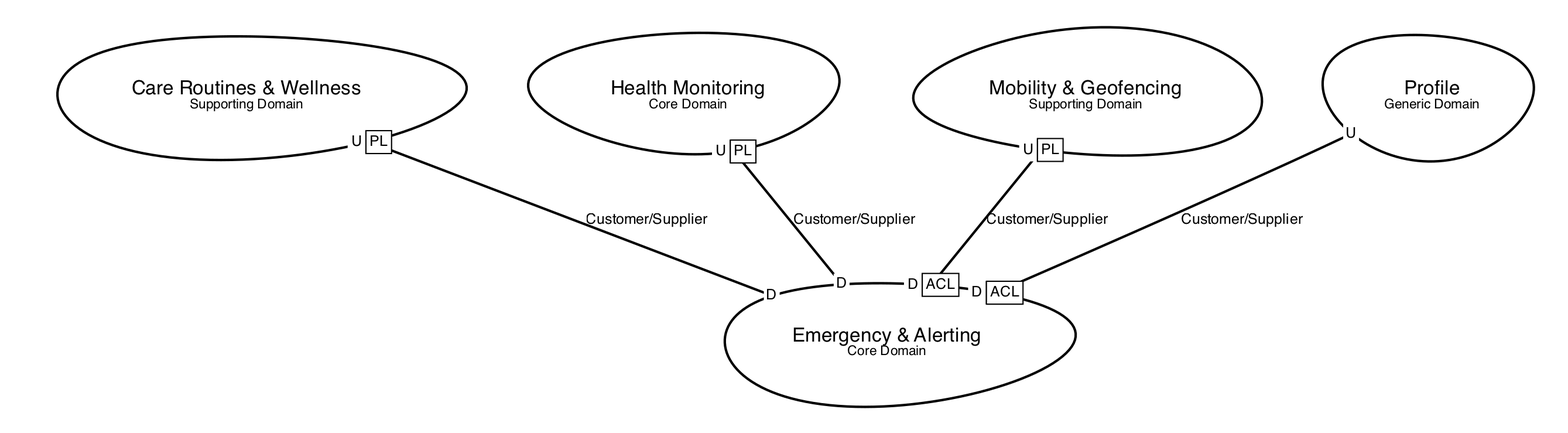
Earlier version of the Graphviz export assets/images/chapterII/context-mapping/alerting-context-map.png (upc-pre-202620-1asi0238-13980-Healthify/guardian-plus-report). Its source is kept beside it as assets/images/chapterII/context-mapping/alerting-context-map.dot. Source of this version:
```dot
digraph "ContextMapGraph" {
graph ["pad"="0.3","nodesep"="0.7","ranksep"="1.1","dpi"="150"]
"CareRoutinesWellness" ["margin"="0.3","orientation"="42","shape"="egg","fontsize"="16","label"=<Care Routines &amp; Wellness<BR/><FONT POINT-SIZE="11">Supporting Domain</FONT>>,"style"="bold","fontname"="sans-serif"]
"EmergencyAlerting" ["margin"="0.3","orientation"="42","shape"="egg","fontsize"="16","label"=<Emergency &amp; Alerting<BR/><FONT POINT-SIZE="11">Core Domain</FONT>>,"style"="bold","fontname"="sans-serif"]
"HealthMonitoring" ["margin"="0.3","orientation"="189","shape"="egg","fontsize"="16","label"=<Health Monitoring<BR/><FONT POINT-SIZE="11">Core Domain</FONT>>,"style"="bold","fontname"="sans-serif"]
"MobilityGeofencing" ["margin"="0.3","orientation"="103","shape"="egg","fontsize"="16","label"=<Mobility &amp; Geofencing<BR/><FONT POINT-SIZE="11">Supporting Domain</FONT>>,"style"="bold","fontname"="sans-serif"]
"Profile" ["margin"="0.3","orientation"="296","shape"="egg","fontsize"="16","label"=<Profile<BR/><FONT POINT-SIZE="11">Generic Domain</FONT>>,"style"="bold","fontname"="sans-serif"]
"CareRoutinesWellness" -> "EmergencyAlerting" ["headlabel"=<<table cellspacing="0" cellborder="0" border="0">
<tr><td bgcolor="white">D</td></tr>
</table>>,"labeldistance"="0","fontsize"="12","taillabel"=<<table cellspacing="0" cellborder="1" border="0">
<tr><td bgcolor="white" sides="r">U</td><td sides="trbl" bgcolor="white"><font>PL</font></td></tr>
</table>>,"style"="bold","label"="Customer/Supplier","dir"="none","fontname"="sans-serif"]
"HealthMonitoring" -> "EmergencyAlerting" ["headlabel"=<<table cellspacing="0" cellborder="0" border="0">
<tr><td bgcolor="white">D</td></tr>
</table>>,"labeldistance"="0","fontsize"="12","taillabel"=<<table cellspacing="0" cellborder="1" border="0">
<tr><td bgcolor="white" sides="r">U</td><td sides="trbl" bgcolor="white"><font>PL</font></td></tr>
</table>>,"style"="bold","label"="Customer/Supplier","dir"="none","fontname"="sans-serif"]
"MobilityGeofencing" -> "EmergencyAlerting" ["headlabel"=<<table cellspacing="0" cellborder="1" border="0">
<tr><td bgcolor="white" sides="r">D</td><td sides="trbl" bgcolor="white"><font>ACL</font></td></tr>
</table>>,"labeldistance"="0","fontsize"="12","taillabel"=<<table cellspacing="0" cellborder="1" border="0">
<tr><td bgcolor="white" sides="r">U</td><td sides="trbl" bgcolor="white"><font>PL</font></td></tr>
</table>>,"style"="bold","label"="Customer/Supplier","dir"="none","fontname"="sans-serif"]
"Profile" -> "EmergencyAlerting" ["headlabel"=<<table cellspacing="0" cellborder="1" border="0">
<tr><td bgcolor="white" sides="r">D</td><td sides="trbl" bgcolor="white"><font>ACL</font></td></tr>
</table>>,"labeldistance"="0","fontsize"="12","taillabel"=<<table cellspacing="0" cellborder="0" border="0">
<tr><td bgcolor="white">U</td></tr>
</table>>,"style"="bold","label"="Customer/Supplier","dir"="none","fontname"="sans-serif"]
}
```
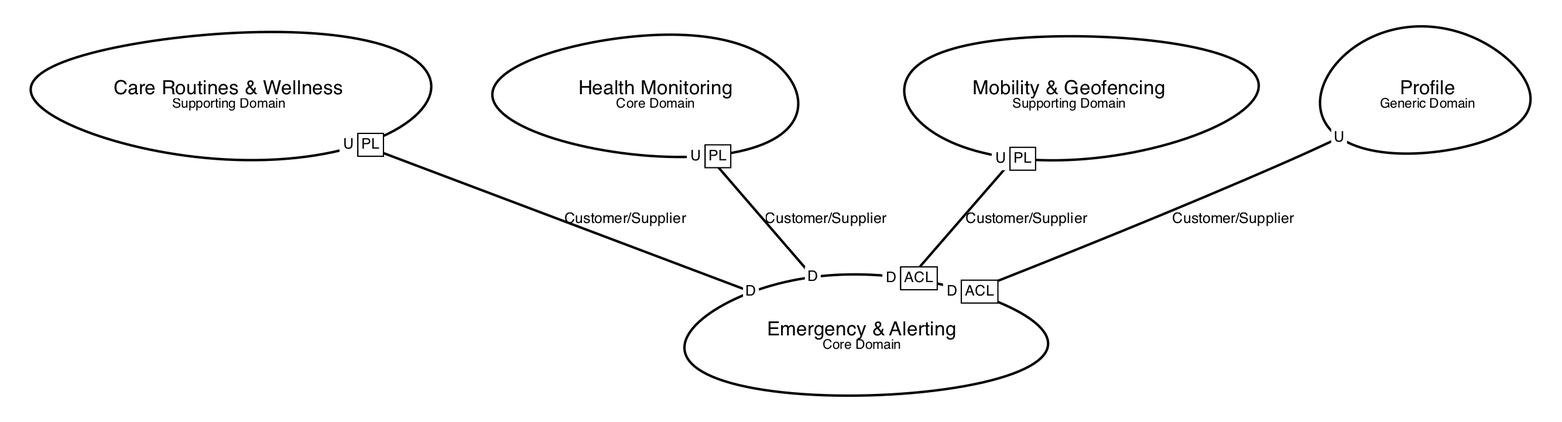
After the change.

Commit message:
docs(chapterII): add Email Provider and Profile to Mobility relationships to the context map

What changed in the source:
```diff
@@ -1,10 +1,10 @@
 digraph "ContextMapGraph" {
 graph ["pad"="0.3","nodesep"="0.7","ranksep"="1.1","dpi"="150"]
-"CareRoutinesWellness" ["margin"="0.3","orientation"="42","shape"="egg","fontsize"="16","label"=<Care Routines &amp; Wellness<BR/><FONT POINT-SIZE="11">Supporting Domain</FONT>>,"style"="bold","fontname"="sans-serif"]
-"EmergencyAlerting" ["margin"="0.3","orientation"="42","shape"="egg","fontsize"="16","label"=<Emergency &amp; Alerting<BR/><FONT POINT-SIZE="11">Core Domain</FONT>>,"style"="bold","fontname"="sans-serif"]
-"HealthMonitoring" ["margin"="0.3","orientation"="189","shape"="egg","fontsize"="16","label"=<Health Monitoring<BR/><FONT POINT-SIZE="11">Core Domain</FONT>>,"style"="bold","fontname"="sans-serif"]
-"MobilityGeofencing" ["margin"="0.3","orientation"="103","shape"="egg","fontsize"="16","label"=<Mobility &amp; Geofencing<BR/><FONT POINT-SIZE="11">Supporting Domain</FONT>>,"style"="bold","fontname"="sans-serif"]
-"Profile" ["margin"="0.3","orientation"="296","shape"="egg","fontsize"="16","label"=<Profile<BR/><FONT POINT-SIZE="11">Generic Domain</FONT>>,"style"="bold","fontname"="sans-serif"]
+"CareRoutinesWellness" ["margin"="0.3","orientation"="77","shape"="egg","fontsize"="16","label"=<Care Routines &amp; Wellness<BR/><FONT POINT-SIZE="11">Supporting Domain</FONT>>,"style"="bold","fontname"="sans-serif"]
+"EmergencyAlerting" ["margin"="0.3","orientation"="8","shape"="egg","fontsize"="16","label"=<Emergency &amp; Alerting<BR/><FONT POINT-SIZE="11">Core Domain</FONT>>,"style"="bold","fontname"="sans-serif"]
+"HealthMonitoring" ["margin"="0.3","orientation"="334","shape"="egg","fontsize"="16","label"=<Health Monitoring<BR/><FONT POINT-SIZE="11">Core Domain</FONT>>,"style"="bold","fontname"="sans-serif"]
+"MobilityGeofencing" ["margin"="0.3","orientation"="48","shape"="egg","fontsize"="16","label"=<Mobility &amp; Geofencing<BR/><FONT POINT-SIZE="11">Supporting Domain</FONT>>,"style"="bold","fontname"="sans-serif"]
+"Profile" ["margin"="0.3","orientation"="250","shape"="egg","fontsize"="16","label"=<Profile<BR/><FONT POINT-SIZE="11">Generic Domain</FONT>>,"style"="bold","fontname"="sans-serif"]
 "CareRoutinesWellness" -> "EmergencyAlerting" ["headlabel"=<<table cellspacing="0" cellborder="0" border="0">
 <tr><td bgcolor="white">D</td></tr>
 </table>>,"labeldistance"="0","fontsize"="12","taillabel"=<<table cellspacing="0" cellborder="1" border="0">
```
